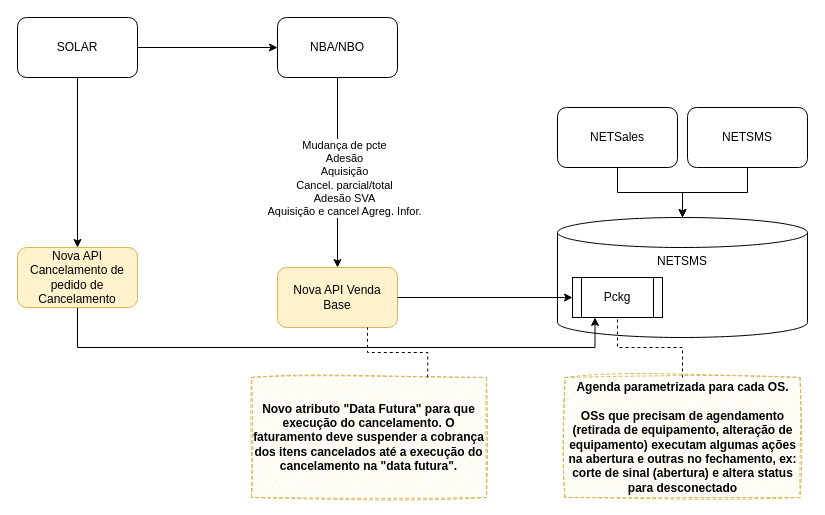
Before: page "To Be V2- Nova API Venda Base" (3 of 4) of I CHANGE Venda Base - Cancelamento.drawio in samirali/ClaroBrasil, a draw.io diagram. Source tidied: cells renumbered, new cells numbered last; positions are measured from the earlier drawing's top-left corner, leaving out a move shared by most shapes. Both pictures are drawn from the tidied source at 100%, with x=0, y=0 at pixel (17, 17).
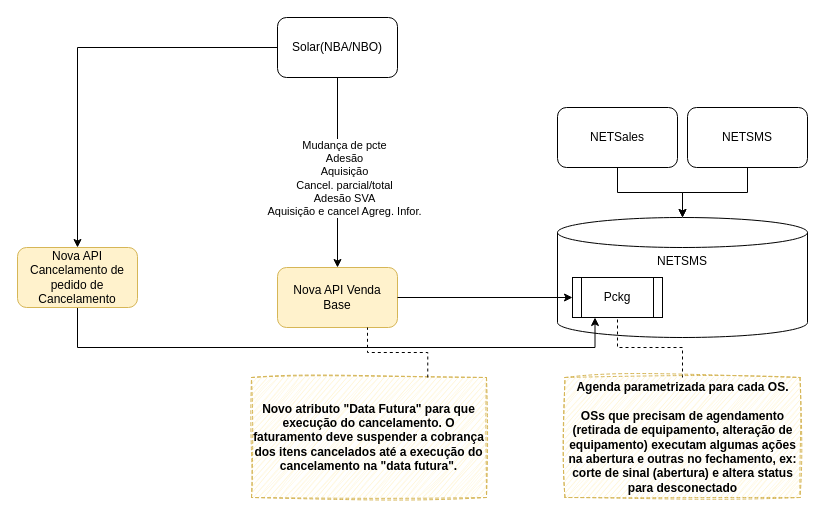
After the change.

Unchanged cells that the change refers to:
```xml
<mxCell id="16" value="Nova API Cancelamento de pedido de Cancelamento" style="rounded=1;whiteSpace=wrap;html=1;fillColor=#fff2cc;strokeColor=#d6b656;" parent="1" vertex="1">
  <mxGeometry y="230" width="120" height="60" as="geometry" />
</mxCell>
```

Change to the diagram source:
```diff
@@
+    <mxCell id="22" style="edgeStyle=orthogonalEdgeStyle;rounded=0;jettySize=auto;html=1;entryX=0.5;entryY=0;entryDx=0;entryDy=0;" parent="1" edge="1" source="7" target="16">
+      <mxGeometry relative="1" as="geometry" />
+    </mxCell>
-    <mxCell id="7" value="NBA/NBO" style="rounded=1;whiteSpace=wrap;html=1;" parent="1" vertex="1">
+    <mxCell id="7" value="Solar(NBA/NBO)" style="rounded=1;whiteSpace=wrap;html=1;" parent="1" vertex="1">
       <mxGeometry x="260" width="120" height="60" as="geometry" />
     </mxCell>
@@
-    <mxCell id="12" style="edgeStyle=orthogonalEdgeStyle;rounded=0;jettySize=auto;html=1;entryX=0;entryY=0.5;entryDx=0;entryDy=0;" parent="1" edge="1" source="14" target="7">
-      <mxGeometry relative="1" as="geometry" />
-    </mxCell>
-    <mxCell id="13" style="edgeStyle=orthogonalEdgeStyle;rounded=0;jettySize=auto;html=1;entryX=0.5;entryY=0;entryDx=0;entryDy=0;" parent="1" edge="1" source="14" target="16">
-      <mxGeometry relative="1" as="geometry" />
-    </mxCell>
-    <mxCell id="14" value="SOLAR" style="rounded=1;whiteSpace=wrap;html=1;" parent="1" vertex="1">
-      <mxGeometry width="120" height="60" as="geometry" />
-    </mxCell>
```
